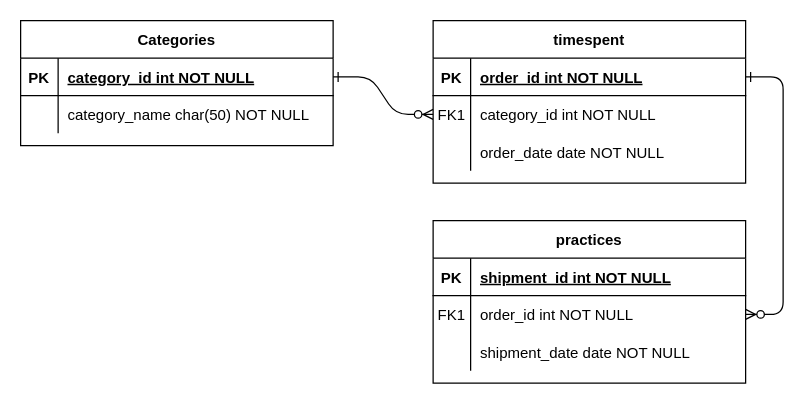
The draw.io diagram 名称未設定ファイル.drawio in namacosansan/ER, before the edit. Source tidied: cells renumbered, new cells numbered last; positions are measured from the earlier drawing's top-left corner, leaving out a move shared by most shapes. Both pictures are drawn from the tidied source at 125%, with x=0, y=0 at pixel (20, 20).
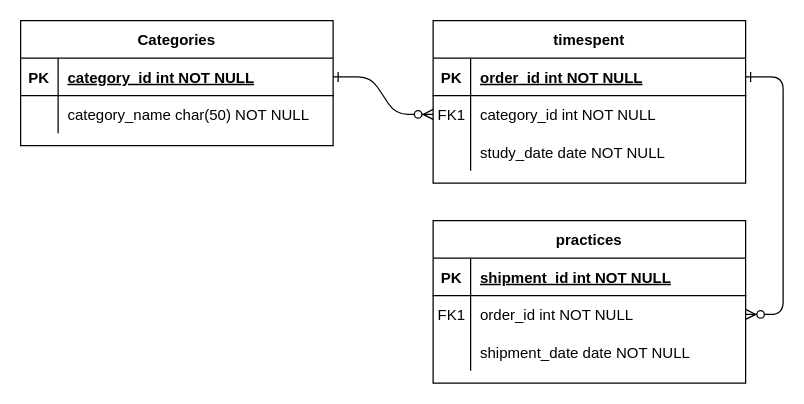
The same page after the edit.

Commit message:
Study_time_fbc.drawio を更新します

The change refers to these unchanged cells:
```xml
<mxCell id="11" style="shape=partialRectangle;fillColor=none;top=0;left=0;right=0;bottom=0;" parent="4" vertex="1">
  <mxGeometry y="90" width="250" height="30" as="geometry" />
</mxCell>
```

The edit, as a diff of the source:
```diff
@@
-    <mxCell id="13" value="order_date date NOT NULL" style="shape=partialRectangle;overflow=hidden;fillColor=none;top=0;left=0;bottom=0;right=0;align=left;spacingLeft=6;" parent="11" vertex="1">
+    <mxCell id="13" value="study_date date NOT NULL" style="shape=partialRectangle;overflow=hidden;fillColor=none;top=0;left=0;bottom=0;right=0;align=left;spacingLeft=6;" parent="11" vertex="1">
       <mxGeometry x="30" width="220" height="30" as="geometry" />
     </mxCell>
```
